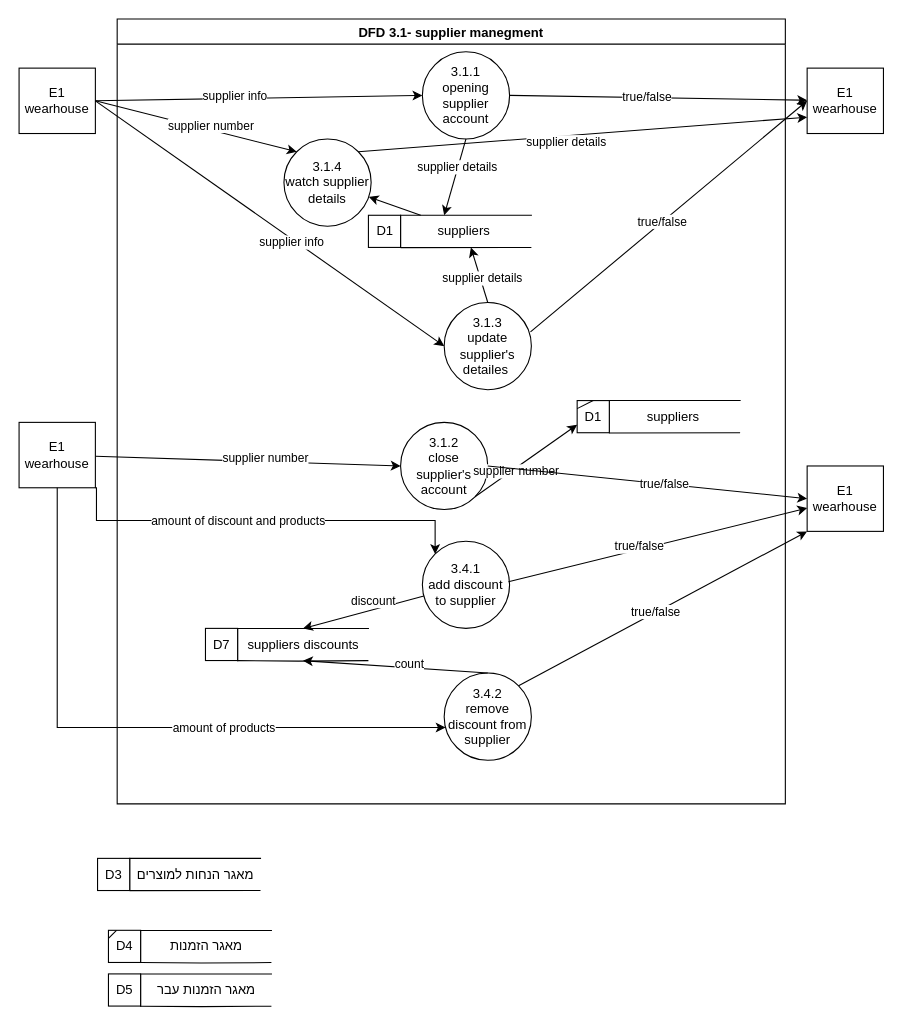
Before: page "dfd3.1" (2 of 4) of docs/DFD/DFD3_Supplier.drawio in Naveavra/Market, a draw.io diagram. Source tidied: cells renumbered, new cells numbered last; positions are measured from the earlier drawing's top-left corner, leaving out a move shared by most shapes. Both pictures are drawn from the tidied source at 109%, with x=0, y=0 at pixel (19, 19).
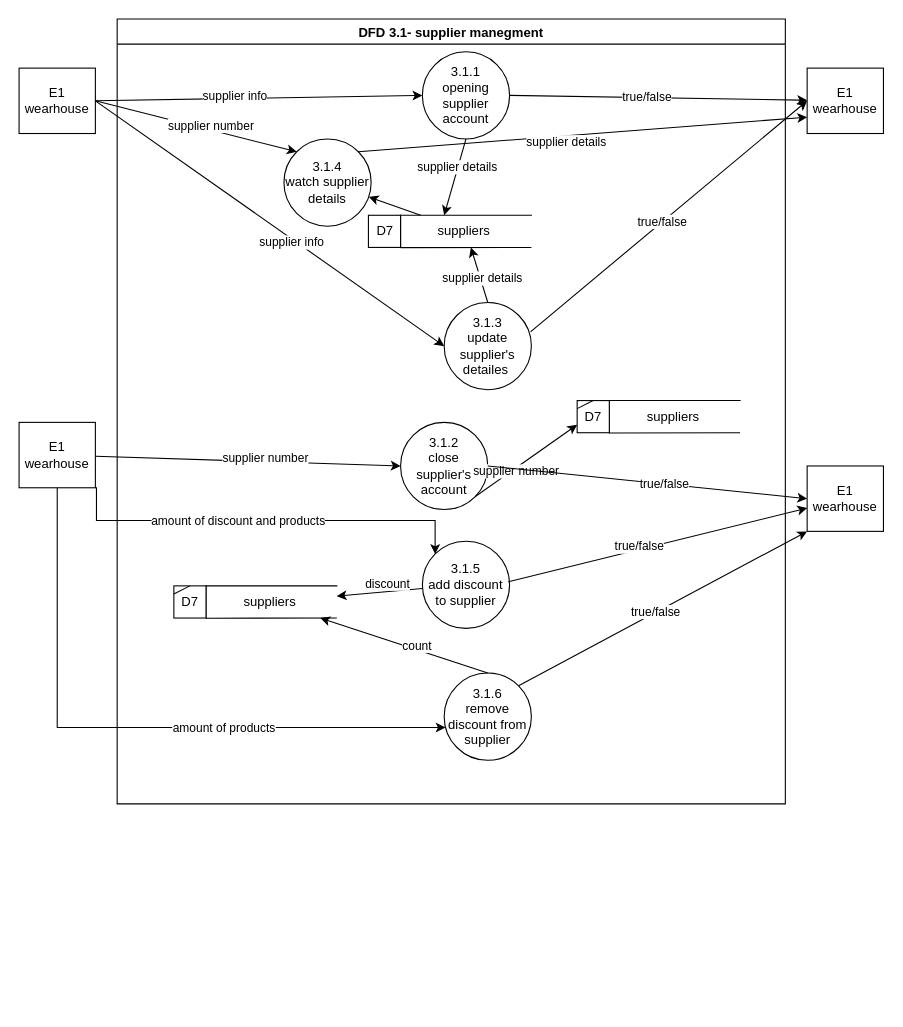
After the change.

Unchanged cells that the change refers to:
```xml
<mxCell id="2" value="DFD 3.1- supplier manegment" style="swimlane;" parent="1" vertex="1">
  <mxGeometry x="90" width="613" height="720" as="geometry" />
</mxCell>
```

Change to the diagram source:
```diff
@@
-    <mxCell id="6" value="D1" style="whiteSpace=wrap;html=1;" parent="2" vertex="1">
+    <mxCell id="6" value="D7" style="whiteSpace=wrap;html=1;" parent="2" vertex="1">
       <mxGeometry x="230.5" y="180" width="29.5" height="29.5" as="geometry" />
     </mxCell>
@@
-    <mxCell id="15" value="D1" style="whiteSpace=wrap;html=1;" parent="2" vertex="1">
+    <mxCell id="15" value="D7" style="whiteSpace=wrap;html=1;" parent="2" vertex="1">
       <mxGeometry x="422" y="350" width="29.5" height="29.5" as="geometry" />
     </mxCell>
@@
-    <mxCell id="19" value="3.4.1&lt;br&gt;add discount to supplier" style="ellipse;whiteSpace=wrap;html=1;" parent="2" vertex="1">
+    <mxCell id="19" value="3.1.5&lt;br&gt;add discount to supplier" style="ellipse;whiteSpace=wrap;html=1;" parent="2" vertex="1">
       <mxGeometry x="280" y="479" width="80" height="80" as="geometry" />
     </mxCell>
-    <mxCell id="20" value="3.4.2&lt;br&gt;remove discount from supplier" style="ellipse;whiteSpace=wrap;html=1;" parent="2" vertex="1">
+    <mxCell id="20" value="3.1.6&lt;br&gt;remove discount from supplier" style="ellipse;whiteSpace=wrap;html=1;" parent="2" vertex="1">
       <mxGeometry x="300" y="600" width="80" height="80" as="geometry" />
     </mxCell>
-    <mxCell id="21" style="endArrow=classic;html=1;rounded=0;entryX=0.5;entryY=0;entryDx=0;entryDy=0;" parent="2" edge="1" source="19" target="26">
+    <mxCell id="21" style="endArrow=classic;html=1;rounded=0;" parent="2" edge="1" source="19" target="72">
       <mxGeometry relative="1" as="geometry" />
     </mxCell>
@@
-    <mxCell id="23" style="endArrow=classic;html=1;rounded=0;exitX=0.5;exitY=0;exitDx=0;exitDy=0;entryX=0.5;entryY=1;entryDx=0;entryDy=0;" parent="2" edge="1" source="20" target="26">
+    <mxCell id="23" style="endArrow=classic;html=1;rounded=0;exitX=0.5;exitY=0;exitDx=0;exitDy=0;" parent="2" edge="1" source="20" target="72">
       <mxGeometry relative="1" as="geometry" />
     </mxCell>
@@
-    <mxCell id="25" style="group;" parent="2" vertex="1">
-      <mxGeometry x="81" y="559" width="149.5" height="29.6" as="geometry" />
-    </mxCell>
-    <mxCell id="26" value="suppliers discounts" style="shape=partialRectangle;whiteSpace=wrap;html=1;bottom=0;right=0;fillColor=none;" parent="25" vertex="1">
-      <mxGeometry x="29.5" y="0.1" width="120" height="29.5" as="geometry" />
-    </mxCell>
-    <mxCell id="27" style="endArrow=none;html=1;rounded=0;entryX=1;entryY=1;entryDx=0;entryDy=0;" parent="25" edge="1" target="26">
-      <mxGeometry relative="1" as="geometry">
-        <mxPoint x="29.5" y="29.6" as="sourcePoint" />
-        <Array as="points">
-          <mxPoint x="85.2" y="30" />
-        </Array>
-      </mxGeometry>
-    </mxCell>
-    <mxCell id="28" value="D7" style="whiteSpace=wrap;html=1;" parent="25" vertex="1">
-      <mxGeometry width="29.5" height="29.5" as="geometry" />
-    </mxCell>
@@
+    <mxCell id="72" value="suppliers&amp;nbsp;" style="shape=partialRectangle;whiteSpace=wrap;html=1;bottom=0;right=0;fillColor=none;" parent="2" vertex="1">
+      <mxGeometry x="81.5" y="520" width="120" height="29.5" as="geometry" />
+    </mxCell>
+    <mxCell id="73" style="endArrow=none;html=1;rounded=0;entryX=1;entryY=1;entryDx=0;entryDy=0;" parent="2" edge="1" target="72">
+      <mxGeometry relative="1" as="geometry">
+        <mxPoint x="81.5" y="549.7" as="sourcePoint" />
+      </mxGeometry>
+    </mxCell>
+    <mxCell id="28" value="D7" style="whiteSpace=wrap;html=1;" parent="2" vertex="1">
+      <mxGeometry x="52" y="520" width="29.5" height="29.5" as="geometry" />
+    </mxCell>
+    <mxCell id="74" style="endArrow=none;html=1;rounded=0;entryX=0.5;entryY=0;entryDx=0;entryDy=0;exitX=0;exitY=0.25;exitDx=0;exitDy=0;" parent="2" edge="1" source="28" target="28">
+      <mxGeometry relative="1" as="geometry" />
+    </mxCell>
@@
-    <mxCell id="45" style="group;" parent="1" vertex="1">
-      <mxGeometry x="82" y="876" width="149.5" height="29.6" as="geometry" />
-    </mxCell>
-    <mxCell id="46" value="מאגר הזמנות עבר" style="shape=partialRectangle;whiteSpace=wrap;html=1;bottom=0;right=0;fillColor=none;" parent="45" vertex="1">
-      <mxGeometry x="29.5" y="0.1" width="120" height="29.5" as="geometry" />
-    </mxCell>
-    <mxCell id="47" style="endArrow=none;html=1;rounded=0;entryX=1;entryY=1;entryDx=0;entryDy=0;" parent="45" edge="1" target="46">
-      <mxGeometry relative="1" as="geometry">
-        <mxPoint x="29.5" y="29.6" as="sourcePoint" />
-        <Array as="points">
-          <mxPoint x="85.2" y="30" />
-        </Array>
-      </mxGeometry>
-    </mxCell>
-    <mxCell id="48" value="D5" style="whiteSpace=wrap;html=1;" parent="45" vertex="1">
-      <mxGeometry width="29.5" height="29.5" as="geometry" />
-    </mxCell>
-    <mxCell id="49" style="group;" parent="1" vertex="1">
-      <mxGeometry x="82" y="836" width="149.5" height="29.6" as="geometry" />
-    </mxCell>
-    <mxCell id="50" value="מאגר הזמנות" style="shape=partialRectangle;whiteSpace=wrap;html=1;bottom=0;right=0;fillColor=none;" parent="49" vertex="1">
-      <mxGeometry x="29.5" y="0.1" width="120" height="29.5" as="geometry" />
-    </mxCell>
-    <mxCell id="51" style="endArrow=none;html=1;rounded=0;entryX=1;entryY=1;entryDx=0;entryDy=0;" parent="49" edge="1" target="50">
-      <mxGeometry relative="1" as="geometry">
-        <mxPoint x="29.5" y="29.6" as="sourcePoint" />
-        <Array as="points">
-          <mxPoint x="85.2" y="30" />
-        </Array>
-      </mxGeometry>
-    </mxCell>
-    <mxCell id="52" value="D4" style="whiteSpace=wrap;html=1;" parent="49" vertex="1">
-      <mxGeometry width="29.5" height="29.5" as="geometry" />
-    </mxCell>
-    <mxCell id="53" style="endArrow=none;html=1;rounded=0;exitX=0;exitY=0.25;exitDx=0;exitDy=0;entryX=0.25;entryY=0;entryDx=0;entryDy=0;" parent="49" edge="1" source="52" target="52">
-      <mxGeometry relative="1" as="geometry" />
-    </mxCell>
-    <mxCell id="54" style="group;" parent="1" vertex="1">
-      <mxGeometry x="72" y="770" width="149.5" height="29.6" as="geometry" />
-    </mxCell>
-    <mxCell id="55" value="מאגר הנחות למוצרים" style="shape=partialRectangle;whiteSpace=wrap;html=1;bottom=0;right=0;fillColor=none;" parent="54" vertex="1">
-      <mxGeometry x="29.5" width="120" height="29.5" as="geometry" />
-    </mxCell>
-    <mxCell id="56" style="endArrow=none;html=1;rounded=0;entryX=1;entryY=1;entryDx=0;entryDy=0;" parent="54" edge="1" target="55">
-      <mxGeometry relative="1" as="geometry">
-        <mxPoint x="29.5" y="29.6" as="sourcePoint" />
-      </mxGeometry>
-    </mxCell>
-    <mxCell id="57" value="D3" style="whiteSpace=wrap;html=1;" parent="54" vertex="1">
-      <mxGeometry width="29.5" height="29.5" as="geometry" />
-    </mxCell>
```
